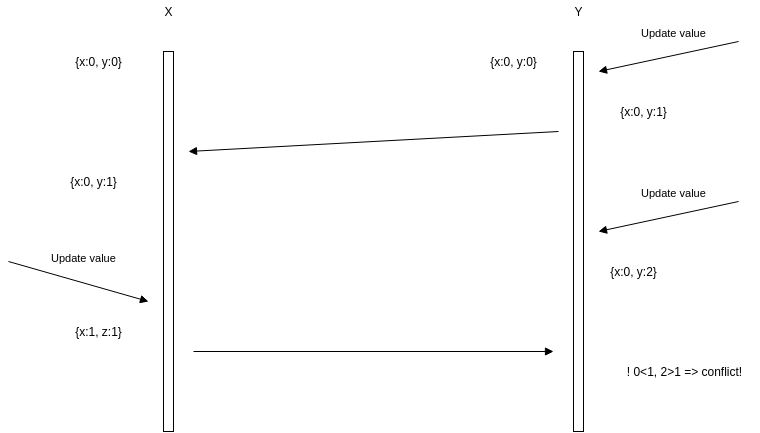
This is vector-clocks.png from rcristian/CRDTIntro, a draw.io export, as it was before one commit. Source tidied: cells renumbered, new cells last; positions are measured from the earlier drawing's top-left corner, leaving out a move shared by most shapes.
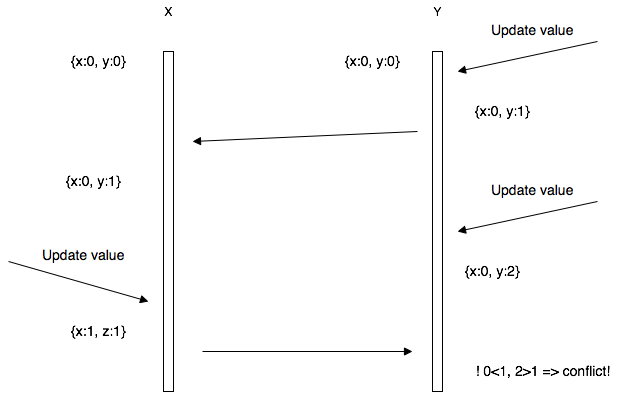
Later version of the same file.

The edit, as a diff of the source:
```diff
@@ -3,71 +3,71 @@
     <mxCell id="0" />
     <mxCell id="1" parent="0" />
     <mxCell id="2" style="html=1;perimeter=orthogonalPerimeter;" parent="1" vertex="1">
-      <mxGeometry x="155" y="50" width="10" height="380" as="geometry" />
+      <mxGeometry x="296" y="50" width="10" height="340" as="geometry" />
     </mxCell>
     <mxCell id="3" style="html=1;perimeter=orthogonalPerimeter;" parent="1" vertex="1">
-      <mxGeometry x="565" y="50" width="10" height="380" as="geometry" />
+      <mxGeometry x="565" y="50" width="10" height="340" as="geometry" />
     </mxCell>
     <mxCell id="4" value="X" style="text;html=1;strokeColor=none;fillColor=none;align=center;verticalAlign=middle;whiteSpace=wrap;overflow=hidden;" parent="1" vertex="1">
-      <mxGeometry x="140" width="40" height="20" as="geometry" />
+      <mxGeometry x="281" width="40" height="20" as="geometry" />
     </mxCell>
     <mxCell id="5" value="Y" style="text;html=1;strokeColor=none;fillColor=none;align=center;verticalAlign=middle;whiteSpace=wrap;overflow=hidden;" parent="1" vertex="1">
       <mxGeometry x="550" width="40" height="20" as="geometry" />
     </mxCell>
-    <mxCell id="6" value="{x:0, y:0}" style="text;html=1;strokeColor=none;fillColor=none;align=center;verticalAlign=middle;whiteSpace=wrap;overflow=hidden;" parent="1" vertex="1">
-      <mxGeometry x="40" y="50" width="100" height="20" as="geometry" />
+    <mxCell id="6" value="&lt;font style=&quot;font-size: 14px&quot;&gt;{x:0, y:0}&lt;/font&gt;" style="text;html=1;strokeColor=none;fillColor=none;align=center;verticalAlign=middle;whiteSpace=wrap;overflow=hidden;" parent="1" vertex="1">
+      <mxGeometry x="181" y="50" width="100" height="20" as="geometry" />
     </mxCell>
-    <mxCell id="7" value="{x:0, y:0}" style="text;html=1;strokeColor=none;fillColor=none;align=center;verticalAlign=middle;whiteSpace=wrap;overflow=hidden;" parent="1" vertex="1">
+    <mxCell id="7" value="&lt;font style=&quot;font-size: 14px&quot;&gt;{x:0, y:0}&lt;/font&gt;" style="text;html=1;strokeColor=none;fillColor=none;align=center;verticalAlign=middle;whiteSpace=wrap;overflow=hidden;" parent="1" vertex="1">
       <mxGeometry x="455" y="50" width="100" height="20" as="geometry" />
     </mxCell>
-    <mxCell id="8" value="Update value" style="html=1;verticalAlign=bottom;endArrow=block;" parent="1" edge="1">
+    <mxCell id="8" value="&lt;font style=&quot;font-size: 14px&quot;&gt;Update value&lt;/font&gt;" style="html=1;verticalAlign=bottom;endArrow=block;" parent="1" edge="1">
       <mxGeometry as="geometry">
         <mxPoint x="730" y="40" as="sourcePoint" />
         <mxPoint x="590" y="70" as="targetPoint" />
         <mxPoint x="5" y="-15" as="offset" />
       </mxGeometry>
     </mxCell>
-    <mxCell id="9" value="{x:0, y:1}" style="text;html=1;strokeColor=none;fillColor=none;align=center;verticalAlign=middle;whiteSpace=wrap;overflow=hidden;" parent="1" vertex="1">
+    <mxCell id="9" value="&lt;font style=&quot;font-size: 14px&quot;&gt;{x:0, y:1}&lt;/font&gt;" style="text;html=1;strokeColor=none;fillColor=none;align=center;verticalAlign=middle;whiteSpace=wrap;overflow=hidden;" parent="1" vertex="1">
       <mxGeometry x="585" y="100" width="100" height="20" as="geometry" />
     </mxCell>
-    <mxCell id="10" value="Update value" style="html=1;verticalAlign=bottom;endArrow=block;" parent="1" edge="1">
-      <mxGeometry x="-615" y="170" as="geometry">
-        <mxPoint y="260" as="sourcePoint" />
-        <mxPoint x="140" y="300" as="targetPoint" />
+    <mxCell id="10" value="&lt;font style=&quot;font-size: 14px&quot;&gt;Update value&lt;/font&gt;" style="html=1;verticalAlign=bottom;endArrow=block;" parent="1" edge="1">
+      <mxGeometry x="-474" y="170" as="geometry">
+        <mxPoint x="141" y="260" as="sourcePoint" />
+        <mxPoint x="281" y="300" as="targetPoint" />
         <mxPoint x="5" y="-15" as="offset" />
       </mxGeometry>
     </mxCell>
     <mxCell id="11" style="html=1;verticalAlign=bottom;endArrow=block;" parent="1" edge="1">
       <mxGeometry x="15" y="60" as="geometry">
         <mxPoint x="550" y="130" as="sourcePoint" />
-        <mxPoint x="180" y="150" as="targetPoint" />
+        <mxPoint x="325" y="140" as="targetPoint" />
         <mxPoint x="5" y="-15" as="offset" />
       </mxGeometry>
     </mxCell>
-    <mxCell id="12" value="{x:0, y:1}" style="text;html=1;strokeColor=none;fillColor=none;align=center;verticalAlign=middle;whiteSpace=wrap;overflow=hidden;" parent="1" vertex="1">
-      <mxGeometry x="35" y="170" width="100" height="20" as="geometry" />
+    <mxCell id="12" value="&lt;font style=&quot;font-size: 14px&quot;&gt;{x:0, y:1}&lt;/font&gt;" style="text;html=1;strokeColor=none;fillColor=none;align=center;verticalAlign=middle;whiteSpace=wrap;overflow=hidden;" parent="1" vertex="1">
+      <mxGeometry x="176" y="170" width="100" height="20" as="geometry" />
     </mxCell>
-    <mxCell id="13" value="{x:1, z:1}" style="text;html=1;strokeColor=none;fillColor=none;align=center;verticalAlign=middle;whiteSpace=wrap;overflow=hidden;" parent="1" vertex="1">
-      <mxGeometry x="40" y="320" width="100" height="20" as="geometry" />
+    <mxCell id="13" value="&lt;font style=&quot;font-size: 14px&quot;&gt;{x:1, z:1}&lt;/font&gt;" style="text;html=1;strokeColor=none;fillColor=none;align=center;verticalAlign=middle;whiteSpace=wrap;overflow=hidden;" parent="1" vertex="1">
+      <mxGeometry x="181" y="320" width="100" height="20" as="geometry" />
     </mxCell>
-    <mxCell id="14" value="Update value" style="html=1;verticalAlign=bottom;endArrow=block;" parent="1" edge="1">
+    <mxCell id="14" value="&lt;font style=&quot;font-size: 14px&quot;&gt;Update value&lt;/font&gt;" style="html=1;verticalAlign=bottom;endArrow=block;" parent="1" edge="1">
       <mxGeometry y="160" as="geometry">
         <mxPoint x="730" y="200" as="sourcePoint" />
         <mxPoint x="590" y="230" as="targetPoint" />
         <mxPoint x="5" y="-15" as="offset" />
       </mxGeometry>
     </mxCell>
-    <mxCell id="15" value="{x:0, y:2}" style="text;html=1;strokeColor=none;fillColor=none;align=center;verticalAlign=middle;whiteSpace=wrap;overflow=hidden;" parent="1" vertex="1">
+    <mxCell id="15" value="&lt;font style=&quot;font-size: 14px&quot;&gt;{x:0, y:2}&lt;/font&gt;" style="text;html=1;strokeColor=none;fillColor=none;align=center;verticalAlign=middle;whiteSpace=wrap;overflow=hidden;" parent="1" vertex="1">
       <mxGeometry x="575" y="260" width="100" height="20" as="geometry" />
     </mxCell>
     <mxCell id="16" style="html=1;verticalAlign=bottom;endArrow=block;" parent="1" edge="1">
       <mxGeometry x="25" y="70" as="geometry">
-        <mxPoint x="185" y="350" as="sourcePoint" />
+        <mxPoint x="335" y="350" as="sourcePoint" />
         <mxPoint x="545" y="350" as="targetPoint" />
         <mxPoint x="5" y="-15" as="offset" />
       </mxGeometry>
     </mxCell>
-    <mxCell id="17" value="! 0&amp;lt;1, 2&amp;gt;1 =&amp;gt; conflict!" style="text;html=1;strokeColor=none;fillColor=none;align=center;verticalAlign=middle;whiteSpace=wrap;overflow=hidden;" parent="1" vertex="1">
+    <mxCell id="17" value="&lt;font style=&quot;font-size: 14px&quot;&gt;! 0&amp;lt;1, 2&amp;gt;1 =&amp;gt; conflict!&lt;/font&gt;" style="text;html=1;strokeColor=none;fillColor=none;align=center;verticalAlign=middle;whiteSpace=wrap;overflow=hidden;" parent="1" vertex="1">
       <mxGeometry x="600" y="340" width="150" height="60" as="geometry" />
     </mxCell>
   </root>
```
